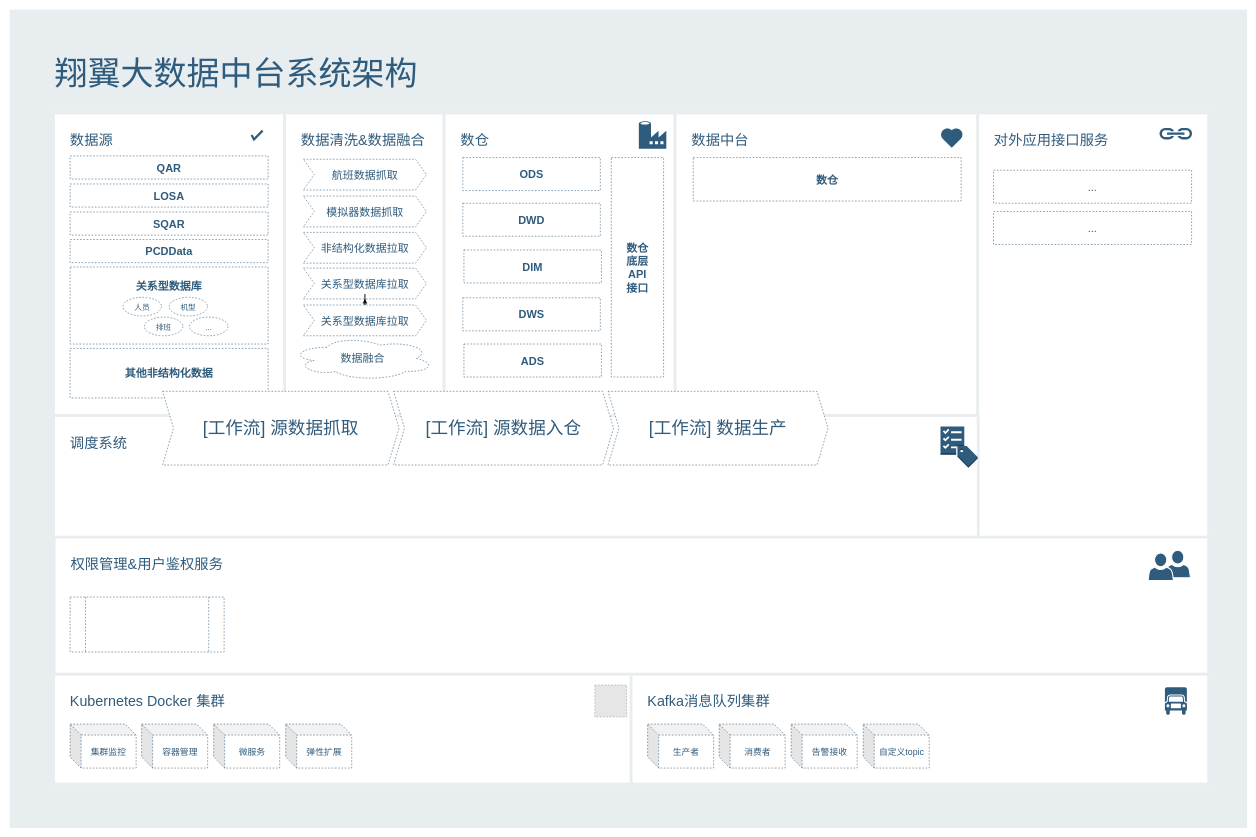
Earlier version of the draw.io diagram xiangyi_datawarehouse.drawio (chruit30/draw.io). Source tidied: cells renumbered, new cells numbered last; positions are measured from the earlier drawing's top-left corner, leaving out a move shared by most shapes. Both pictures are drawn from the tidied source at 55%, with x=0, y=0 at pixel (9, 9). Pictures stored in the file or linked from it are replaced by grey dashed boxes.
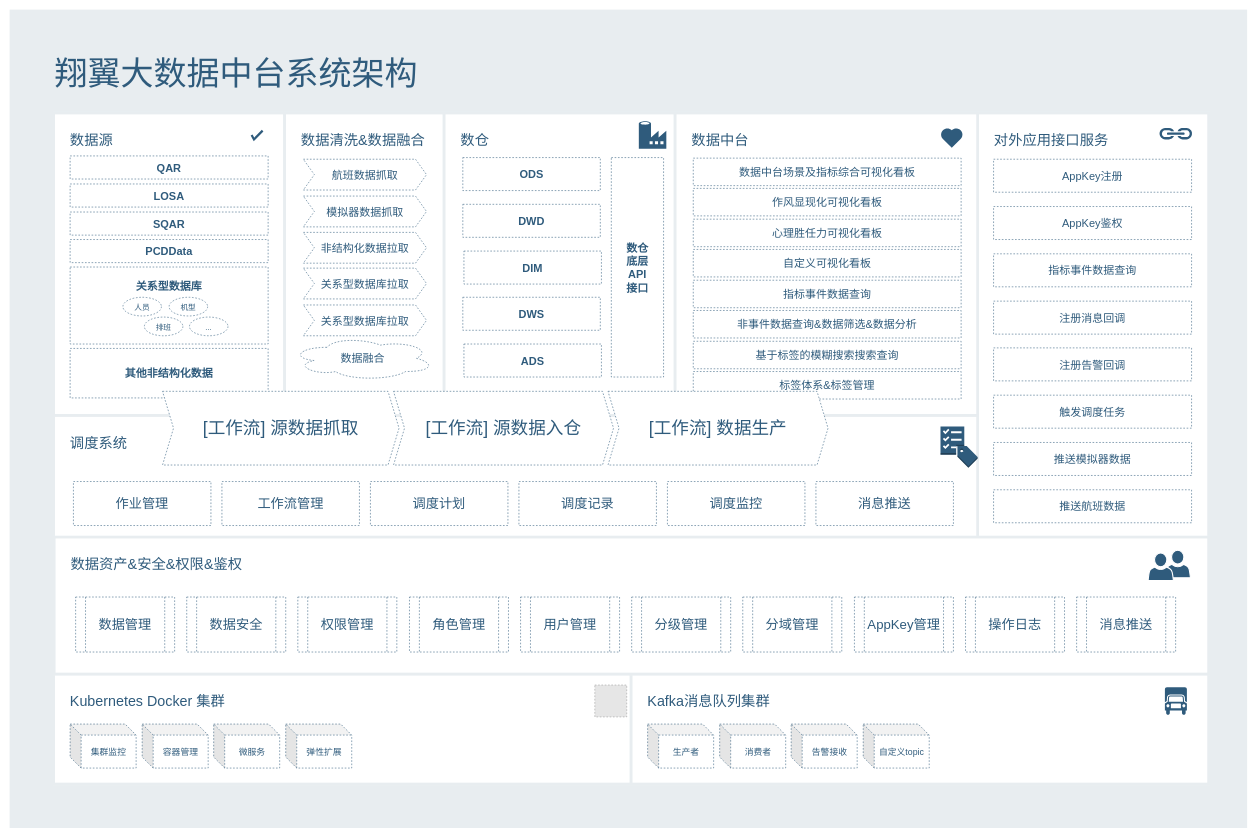
Above is the later version.

The change refers to these unchanged cells:
```xml
<mxCell id="44" value="&lt;span style=&quot;font-size: 20px;&quot;&gt;关系型数据库拉取&lt;/span&gt;" style="shape=step;perimeter=stepPerimeter;whiteSpace=wrap;html=1;fixedSize=1;dashed=1;fontSize=14;fontColor=#2F5B7C;strokeColor=#2F5B7C;" parent="1" vertex="1">
  <mxGeometry x="534" y="470" width="224" height="56" as="geometry" />
</mxCell>
<mxCell id="46" value="&lt;span style=&quot;font-size: 20px;&quot;&gt;关系型数据库拉取&lt;/span&gt;" style="shape=step;perimeter=stepPerimeter;whiteSpace=wrap;html=1;fixedSize=1;dashed=1;fontSize=14;fontColor=#2F5B7C;strokeColor=#2F5B7C;" parent="1" vertex="1">
  <mxGeometry x="534" y="537" width="224" height="56" as="geometry" />
</mxCell>
```

Diff of the diagram source:
```diff
@@
     <mxCell id="16" value="&lt;font style=&quot;font-size: 20px;&quot;&gt;&lt;b&gt;DWD&lt;/b&gt;&lt;/font&gt;" style="rounded=0;whiteSpace=wrap;html=1;strokeColor=#2F5B7C;dashed=1;fontColor=#2F5B7C;" parent="1" vertex="1">
-      <mxGeometry x="824" y="352" width="250" height="60" as="geometry" />
+      <mxGeometry x="824" y="354" width="250" height="60" as="geometry" />
     </mxCell>
     <mxCell id="17" value="&lt;font style=&quot;font-size: 20px;&quot;&gt;&lt;b&gt;DIM&lt;/b&gt;&lt;/font&gt;" style="rounded=0;whiteSpace=wrap;html=1;strokeColor=#2F5B7C;dashed=1;fontColor=#2F5B7C;" parent="1" vertex="1">
-      <mxGeometry x="826" y="437" width="250" height="60" as="geometry" />
+      <mxGeometry x="826" y="439" width="250" height="60" as="geometry" />
     </mxCell>
     <mxCell id="18" value="&lt;font style=&quot;font-size: 20px;&quot;&gt;&lt;b&gt;DWS&lt;/b&gt;&lt;/font&gt;" style="rounded=0;whiteSpace=wrap;html=1;strokeColor=#2F5B7C;dashed=1;fontColor=#2F5B7C;" parent="1" vertex="1">
-      <mxGeometry x="824" y="524" width="250" height="60" as="geometry" />
+      <mxGeometry x="824" y="523" width="250" height="60" as="geometry" />
     </mxCell>
@@
     <mxCell id="22" value="&lt;div style=&quot;font-size: 26px&quot;&gt;调度系统&lt;br&gt;&lt;/div&gt;" style="rounded=0;whiteSpace=wrap;html=1;shadow=0;labelBackgroundColor=none;strokeColor=#e8edf0;strokeWidth=5;fillColor=#ffffff;fontSize=12;fontColor=#2F5B7C;align=left;verticalAlign=top;spacing=30;" parent="1" vertex="1">
-      <mxGeometry x="80" y="738" width="1681" height="230" as="geometry" />
+      <mxGeometry x="80" y="738" width="1680" height="230" as="geometry" />
     </mxCell>
@@
-    <mxCell id="25" value="&lt;div style=&quot;font-size: 26px&quot;&gt;权限管理&amp;amp;用户鉴权服务&lt;/div&gt;" style="rounded=0;whiteSpace=wrap;html=1;shadow=0;labelBackgroundColor=none;strokeColor=#e8edf0;strokeWidth=5;fillColor=#ffffff;fontSize=12;fontColor=#2F5B7C;align=left;verticalAlign=top;spacing=30;" parent="1" vertex="1">
+    <mxCell id="25" value="&lt;div style=&quot;font-size: 26px&quot;&gt;数据资产&amp;amp;安全&amp;amp;权限&amp;amp;鉴权&lt;/div&gt;" style="rounded=0;whiteSpace=wrap;html=1;shadow=0;labelBackgroundColor=none;strokeColor=#e8edf0;strokeWidth=5;fillColor=#ffffff;fontSize=12;fontColor=#2F5B7C;align=left;verticalAlign=top;spacing=30;" parent="1" vertex="1">
       <mxGeometry x="81" y="959" width="2099" height="249" as="geometry" />
     </mxCell>
@@
-    <mxCell id="30" value="&lt;span style=&quot;font-size: 32px;&quot;&gt;[工作流] 数据生产&lt;/span&gt;" style="shape=step;perimeter=stepPerimeter;whiteSpace=wrap;html=1;fixedSize=1;dashed=1;fontSize=20;fontColor=#2F5B7C;strokeColor=#2F5B7C;" parent="1" vertex="1">
-      <mxGeometry x="1088" y="694" width="400" height="134" as="geometry" />
-    </mxCell>
@@
-    <mxCell id="45" style="edgeStyle=orthogonalEdgeStyle;rounded=0;jettySize=auto;html=1;fontSize=20;fontColor=#2F5B7C;" parent="1" edge="1" source="46" target="44">
-      <mxGeometry relative="1" as="geometry" />
-    </mxCell>
@@
-    <mxCell id="49" value="..." style="rounded=0;whiteSpace=wrap;html=1;dashed=1;fontSize=20;fontColor=#2F5B7C;strokeColor=#2F5B7C;" parent="1" vertex="1">
-      <mxGeometry x="1789" y="292" width="360" height="60" as="geometry" />
+    <mxCell id="49" value="AppKey注册" style="rounded=0;whiteSpace=wrap;html=1;dashed=1;fontSize=20;fontColor=#2F5B7C;strokeColor=#2F5B7C;" parent="1" vertex="1">
+      <mxGeometry x="1789" y="272" width="360" height="60" as="geometry" />
     </mxCell>
-    <mxCell id="50" value="..." style="rounded=0;whiteSpace=wrap;html=1;dashed=1;fontSize=20;fontColor=#2F5B7C;strokeColor=#2F5B7C;" parent="1" vertex="1">
-      <mxGeometry x="1789" y="367" width="360" height="60" as="geometry" />
+    <mxCell id="50" value="AppKey鉴权" style="rounded=0;whiteSpace=wrap;html=1;dashed=1;fontSize=20;fontColor=#2F5B7C;strokeColor=#2F5B7C;" parent="1" vertex="1">
+      <mxGeometry x="1789" y="358" width="360" height="60" as="geometry" />
     </mxCell>
@@
     <mxCell id="52" value="容器管理" style="shape=cube;whiteSpace=wrap;html=1;boundedLbl=1;backgroundOutline=1;darkOpacity=0.05;darkOpacity2=0.1;dashed=1;fontSize=16;fontColor=#2F5B7C;strokeColor=#2F5B7C;" parent="1" vertex="1">
-      <mxGeometry x="240" y="1299" width="120" height="80" as="geometry" />
+      <mxGeometry x="241" y="1299" width="120" height="80" as="geometry" />
     </mxCell>
@@
     <mxCell id="56" value="消费者" style="shape=cube;whiteSpace=wrap;html=1;boundedLbl=1;backgroundOutline=1;darkOpacity=0.05;darkOpacity2=0.1;dashed=1;fontSize=16;fontColor=#2F5B7C;strokeColor=#2F5B7C;" parent="1" vertex="1">
-      <mxGeometry x="1290" y="1299" width="120" height="80" as="geometry" />
+      <mxGeometry x="1291" y="1299" width="120" height="80" as="geometry" />
     </mxCell>
@@
-    <mxCell id="59" style="shape=process;whiteSpace=wrap;html=1;backgroundOutline=1;dashed=1;fontSize=16;fontColor=#2F5B7C;strokeColor=#2F5B7C;" parent="1" vertex="1">
-      <mxGeometry x="110" y="1068" width="280" height="100" as="geometry" />
+    <mxCell id="59" value="&lt;font style=&quot;font-size: 24px;&quot;&gt;权限管理&lt;/font&gt;" style="shape=process;whiteSpace=wrap;html=1;backgroundOutline=1;dashed=1;fontSize=16;fontColor=#2F5B7C;strokeColor=#2F5B7C;" parent="1" vertex="1">
+      <mxGeometry x="524" y="1068" width="180" height="100" as="geometry" />
     </mxCell>
-    <mxCell id="60" value="&lt;font style=&quot;font-size: 20px;&quot;&gt;&lt;b&gt;数仓&lt;br&gt;&lt;/b&gt;&lt;/font&gt;" style="rounded=0;whiteSpace=wrap;html=1;strokeColor=#2F5B7C;dashed=1;fontColor=#2F5B7C;" parent="1" vertex="1">
-      <mxGeometry x="1243" y="269" width="487" height="79" as="geometry" />
-    </mxCell>
+    <mxCell id="61" value="&lt;font style=&quot;font-size: 24px;&quot;&gt;角色管理&lt;/font&gt;" style="shape=process;whiteSpace=wrap;html=1;backgroundOutline=1;dashed=1;fontSize=16;fontColor=#2F5B7C;strokeColor=#2F5B7C;" parent="1" vertex="1">
+      <mxGeometry x="727" y="1068" width="180" height="100" as="geometry" />
+    </mxCell>
+    <mxCell id="62" value="&lt;font style=&quot;font-size: 24px;&quot;&gt;用户管理&lt;/font&gt;" style="shape=process;whiteSpace=wrap;html=1;backgroundOutline=1;dashed=1;fontSize=16;fontColor=#2F5B7C;strokeColor=#2F5B7C;" parent="1" vertex="1">
+      <mxGeometry x="929" y="1068" width="180" height="100" as="geometry" />
+    </mxCell>
+    <mxCell id="63" value="&lt;font style=&quot;font-size: 24px;&quot;&gt;分级管理&lt;/font&gt;" style="shape=process;whiteSpace=wrap;html=1;backgroundOutline=1;dashed=1;fontSize=16;fontColor=#2F5B7C;strokeColor=#2F5B7C;" parent="1" vertex="1">
+      <mxGeometry x="1131" y="1068" width="180" height="100" as="geometry" />
+    </mxCell>
+    <mxCell id="64" value="&lt;font style=&quot;font-size: 24px;&quot;&gt;分域管理&lt;/font&gt;" style="shape=process;whiteSpace=wrap;html=1;backgroundOutline=1;dashed=1;fontSize=16;fontColor=#2F5B7C;strokeColor=#2F5B7C;" parent="1" vertex="1">
+      <mxGeometry x="1333" y="1068" width="180" height="100" as="geometry" />
+    </mxCell>
+    <mxCell id="65" value="&lt;font style=&quot;font-size: 24px;&quot;&gt;数据管理&lt;/font&gt;" style="shape=process;whiteSpace=wrap;html=1;backgroundOutline=1;dashed=1;fontSize=16;fontColor=#2F5B7C;strokeColor=#2F5B7C;" parent="1" vertex="1">
+      <mxGeometry x="120" y="1068" width="180" height="100" as="geometry" />
+    </mxCell>
+    <mxCell id="66" value="&lt;font style=&quot;font-size: 24px;&quot;&gt;数据安全&lt;/font&gt;" style="shape=process;whiteSpace=wrap;html=1;backgroundOutline=1;dashed=1;fontSize=16;fontColor=#2F5B7C;strokeColor=#2F5B7C;" parent="1" vertex="1">
+      <mxGeometry x="322" y="1068" width="180" height="100" as="geometry" />
+    </mxCell>
+    <mxCell id="67" value="&lt;font style=&quot;font-size: 24px;&quot;&gt;作业管理&lt;/font&gt;" style="rounded=0;whiteSpace=wrap;html=1;strokeColor=#2F5B7C;dashed=1;fontColor=#2F5B7C;" parent="1" vertex="1">
+      <mxGeometry x="116" y="858" width="250" height="80" as="geometry" />
+    </mxCell>
+    <mxCell id="68" value="&lt;font style=&quot;font-size: 24px;&quot;&gt;工作流管理&lt;/font&gt;" style="rounded=0;whiteSpace=wrap;html=1;strokeColor=#2F5B7C;dashed=1;fontColor=#2F5B7C;" parent="1" vertex="1">
+      <mxGeometry x="386" y="858" width="250" height="80" as="geometry" />
+    </mxCell>
+    <mxCell id="69" value="&lt;span style=&quot;font-size: 24px;&quot;&gt;调度计划&lt;/span&gt;" style="rounded=0;whiteSpace=wrap;html=1;strokeColor=#2F5B7C;dashed=1;fontColor=#2F5B7C;" parent="1" vertex="1">
+      <mxGeometry x="656" y="858" width="250" height="80" as="geometry" />
+    </mxCell>
+    <mxCell id="70" value="&lt;span style=&quot;font-size: 24px;&quot;&gt;调度记录&lt;/span&gt;" style="rounded=0;whiteSpace=wrap;html=1;strokeColor=#2F5B7C;dashed=1;fontColor=#2F5B7C;" parent="1" vertex="1">
+      <mxGeometry x="926" y="858" width="250" height="80" as="geometry" />
+    </mxCell>
+    <mxCell id="71" value="&lt;span style=&quot;font-size: 24px;&quot;&gt;调度监控&lt;/span&gt;" style="rounded=0;whiteSpace=wrap;html=1;strokeColor=#2F5B7C;dashed=1;fontColor=#2F5B7C;" parent="1" vertex="1">
+      <mxGeometry x="1196" y="858" width="250" height="80" as="geometry" />
+    </mxCell>
+    <mxCell id="72" value="&lt;span style=&quot;font-size: 24px;&quot;&gt;消息推送&lt;/span&gt;" style="rounded=0;whiteSpace=wrap;html=1;strokeColor=#2F5B7C;dashed=1;fontColor=#2F5B7C;" parent="1" vertex="1">
+      <mxGeometry x="1466" y="858" width="250" height="80" as="geometry" />
+    </mxCell>
+    <mxCell id="73" value="&lt;font style=&quot;font-size: 24px;&quot;&gt;操作日志&lt;/font&gt;" style="shape=process;whiteSpace=wrap;html=1;backgroundOutline=1;dashed=1;fontSize=16;fontColor=#2F5B7C;strokeColor=#2F5B7C;" parent="1" vertex="1">
+      <mxGeometry x="1738" y="1068" width="180" height="100" as="geometry" />
+    </mxCell>
+    <mxCell id="74" value="&lt;font style=&quot;font-size: 24px;&quot;&gt;消息推送&lt;/font&gt;" style="shape=process;whiteSpace=wrap;html=1;backgroundOutline=1;dashed=1;fontSize=16;fontColor=#2F5B7C;strokeColor=#2F5B7C;" parent="1" vertex="1">
+      <mxGeometry x="1940" y="1068" width="180" height="100" as="geometry" />
+    </mxCell>
+    <mxCell id="75" value="&lt;font style=&quot;font-size: 20px;&quot;&gt;基于标签的模糊搜索搜索查询&lt;/font&gt;" style="rounded=0;whiteSpace=wrap;html=1;strokeColor=#2F5B7C;dashed=1;fontColor=#2F5B7C;" parent="1" vertex="1">
+      <mxGeometry x="1243" y="603" width="487" height="50" as="geometry" />
+    </mxCell>
+    <mxCell id="76" value="&lt;font style=&quot;font-size: 20px;&quot;&gt;标签体系&amp;amp;标签管理&lt;/font&gt;" style="rounded=0;whiteSpace=wrap;html=1;strokeColor=#2F5B7C;dashed=1;fontColor=#2F5B7C;" parent="1" vertex="1">
+      <mxGeometry x="1243" y="658" width="487" height="50" as="geometry" />
+    </mxCell>
+    <mxCell id="30" value="&lt;span style=&quot;font-size: 32px;&quot;&gt;[工作流] 数据生产&lt;/span&gt;" style="shape=step;perimeter=stepPerimeter;whiteSpace=wrap;html=1;fixedSize=1;dashed=1;fontSize=20;fontColor=#2F5B7C;strokeColor=#2F5B7C;" parent="1" vertex="1">
+      <mxGeometry x="1088" y="694" width="400" height="134" as="geometry" />
+    </mxCell>
+    <mxCell id="77" value="&lt;span style=&quot;font-size: 20px;&quot;&gt;非事件数据查询&amp;amp;数据筛选&amp;amp;数据分析&lt;/span&gt;" style="rounded=0;whiteSpace=wrap;html=1;strokeColor=#2F5B7C;dashed=1;fontColor=#2F5B7C;" parent="1" vertex="1">
+      <mxGeometry x="1243" y="547" width="487" height="50" as="geometry" />
+    </mxCell>
+    <mxCell id="78" value="&lt;span style=&quot;font-size: 20px;&quot;&gt;指标事件数据查询&lt;/span&gt;" style="rounded=0;whiteSpace=wrap;html=1;strokeColor=#2F5B7C;dashed=1;fontColor=#2F5B7C;" parent="1" vertex="1">
+      <mxGeometry x="1243" y="492" width="487" height="50" as="geometry" />
+    </mxCell>
+    <mxCell id="79" value="&lt;span style=&quot;font-size: 20px;&quot;&gt;自定义可视化看板&lt;/span&gt;" style="rounded=0;whiteSpace=wrap;html=1;strokeColor=#2F5B7C;dashed=1;fontColor=#2F5B7C;" parent="1" vertex="1">
+      <mxGeometry x="1243" y="436" width="487" height="50" as="geometry" />
+    </mxCell>
+    <mxCell id="80" value="&lt;span style=&quot;font-size: 20px;&quot;&gt;心理胜任力可视化看板&lt;/span&gt;" style="rounded=0;whiteSpace=wrap;html=1;strokeColor=#2F5B7C;dashed=1;fontColor=#2F5B7C;" parent="1" vertex="1">
+      <mxGeometry x="1243" y="381" width="487" height="50" as="geometry" />
+    </mxCell>
+    <mxCell id="81" value="&lt;span style=&quot;font-size: 20px;&quot;&gt;作风显现化可视化看板&lt;/span&gt;" style="rounded=0;whiteSpace=wrap;html=1;strokeColor=#2F5B7C;dashed=1;fontColor=#2F5B7C;" parent="1" vertex="1">
+      <mxGeometry x="1243" y="325" width="487" height="50" as="geometry" />
+    </mxCell>
+    <mxCell id="82" value="&lt;div&gt;&lt;span style=&quot;font-size: 20px;&quot;&gt;数据中台场景及指标综合可视化看板&lt;/span&gt;&lt;/div&gt;" style="rounded=0;whiteSpace=wrap;html=1;strokeColor=#2F5B7C;dashed=1;fontColor=#2F5B7C;" parent="1" vertex="1">
+      <mxGeometry x="1243" y="270" width="487" height="50" as="geometry" />
+    </mxCell>
+    <mxCell id="83" value="指标事件数据查询" style="rounded=0;whiteSpace=wrap;html=1;dashed=1;fontSize=20;fontColor=#2F5B7C;strokeColor=#2F5B7C;" parent="1" vertex="1">
+      <mxGeometry x="1789" y="444" width="360" height="60" as="geometry" />
+    </mxCell>
+    <mxCell id="84" value="注册消息回调" style="rounded=0;whiteSpace=wrap;html=1;dashed=1;fontSize=20;fontColor=#2F5B7C;strokeColor=#2F5B7C;" parent="1" vertex="1">
+      <mxGeometry x="1789" y="530" width="360" height="60" as="geometry" />
+    </mxCell>
+    <mxCell id="85" value="注册告警回调" style="rounded=0;whiteSpace=wrap;html=1;dashed=1;fontSize=20;fontColor=#2F5B7C;strokeColor=#2F5B7C;" parent="1" vertex="1">
+      <mxGeometry x="1789" y="615" width="360" height="60" as="geometry" />
+    </mxCell>
+    <mxCell id="86" value="触发调度任务" style="rounded=0;whiteSpace=wrap;html=1;dashed=1;fontSize=20;fontColor=#2F5B7C;strokeColor=#2F5B7C;" parent="1" vertex="1">
+      <mxGeometry x="1789" y="701" width="360" height="60" as="geometry" />
+    </mxCell>
+    <mxCell id="87" value="推送模拟器数据" style="rounded=0;whiteSpace=wrap;html=1;dashed=1;fontSize=20;fontColor=#2F5B7C;strokeColor=#2F5B7C;" parent="1" vertex="1">
+      <mxGeometry x="1789" y="787" width="360" height="60" as="geometry" />
+    </mxCell>
+    <mxCell id="88" value="推送航班数据" style="rounded=0;whiteSpace=wrap;html=1;dashed=1;fontSize=20;fontColor=#2F5B7C;strokeColor=#2F5B7C;" parent="1" vertex="1">
+      <mxGeometry x="1789" y="873" width="360" height="60" as="geometry" />
+    </mxCell>
+    <mxCell id="89" value="&lt;span style=&quot;font-size: 24px;&quot;&gt;AppKey管理&lt;/span&gt;" style="shape=process;whiteSpace=wrap;html=1;backgroundOutline=1;dashed=1;fontSize=16;fontColor=#2F5B7C;strokeColor=#2F5B7C;" parent="1" vertex="1">
+      <mxGeometry x="1536" y="1068" width="180" height="100" as="geometry" />
+    </mxCell>
```
